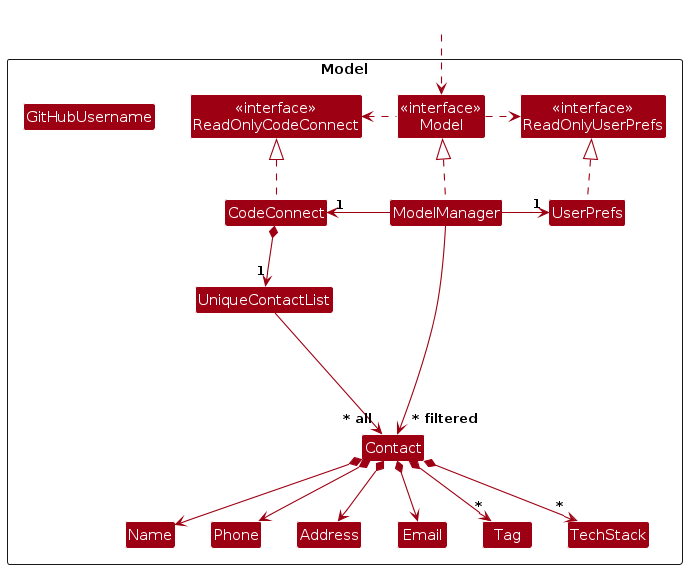
Earlier version of the PlantUML export diagrams/ModelClassDiagram.png (AY2324S2-CS2103T-T12-1/tp). Its source is kept beside it as diagrams/ModelClassDiagram.puml.
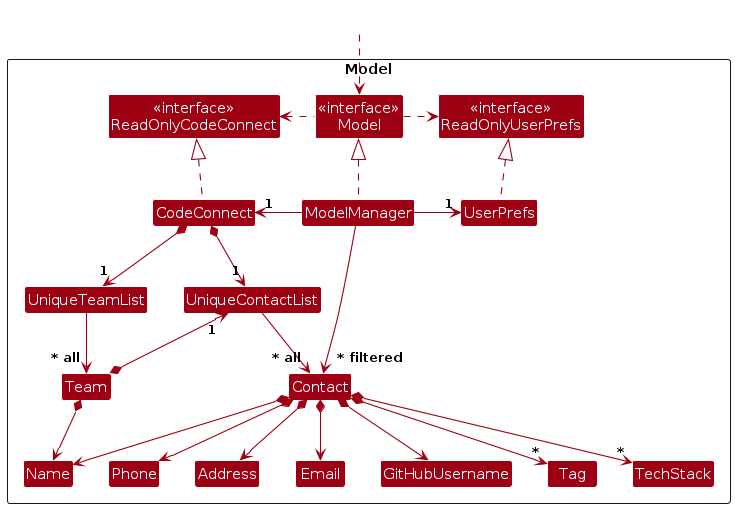
After the change.

The edit, as a diff of the source:
```diff
@@ -13,14 +13,16 @@
 Class UserPrefs
 
 Class UniqueContactList
+Class UniqueTeamList
 Class Contact
+Class Name
+Class Phone
 Class Address
 Class Email
-Class Name
-Class Phone
 Class GitHubUsername
 Class Tag
 Class TechStack
+Class Team
 
 Class I #FFFFFF
 }
@@ -37,21 +39,29 @@
 ModelManager -right-> "1" UserPrefs
 UserPrefs .up.|> ReadOnlyUserPrefs
 
-CodeConnect *--> "1" UniqueContactList
+CodeConnect *-down-> "1" UniqueContactList
+CodeConnect *--> "1" UniqueTeamList
 UniqueContactList --> "~* all" Contact
+UniqueTeamList --> "~* all" Team
+Team *-up-> "1" UniqueContactList
+Team *--> Name
+
 Contact *--> Name
 Contact *--> Phone
 Contact *--> Email
 Contact *--> Address
+Contact *--> GitHubUsername
 Contact *--> "*" Tag
 Contact *--> "*" TechStack
 
-Contact -[hidden]up--> I
-UniqueContactList -[hidden]right-> I
 
-Name -[hidden]right-> Phone
-Phone -[hidden]right-> Address
-Address -[hidden]right-> Email
+Name -[hidden]r-> Phone
+Phone -[hidden]r-> Address
+Address -[hidden]r-> Email
+Email -[hidden]r-> GitHubUsername
+GitHubUsername -[hidden]r-> Tag
+Tag -[hidden]r-> TechStack
+
 
 ModelManager --> "~* filtered" Contact
 @enduml
```
